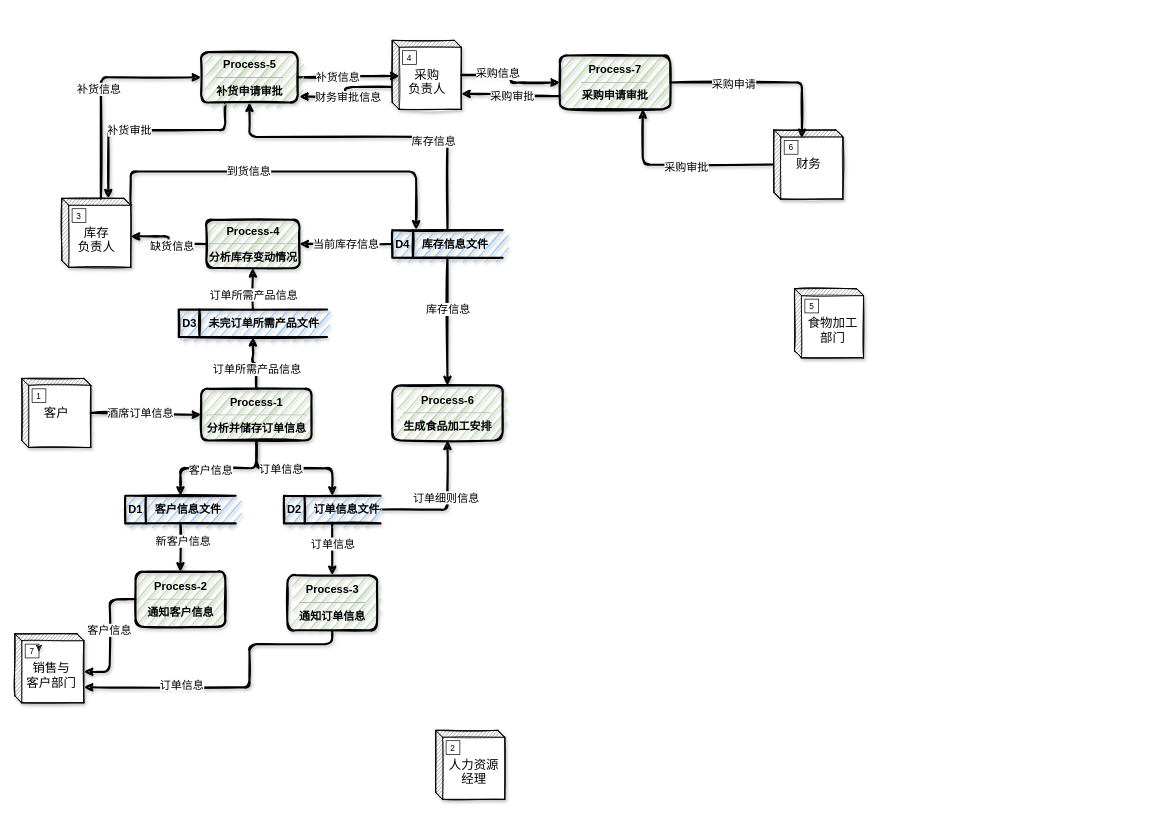
This is DFD/DFD_layer_0.drawio from YuanchenZhu2020/DrawIO, a draw.io file, before an edit. Source tidied: cells renumbered, new cells numbered last; positions are measured from the earlier drawing's top-left corner, leaving out a move shared by most shapes. Both pictures are drawn from the tidied source at 69%, with x=0, y=0 at pixel (14, 40).
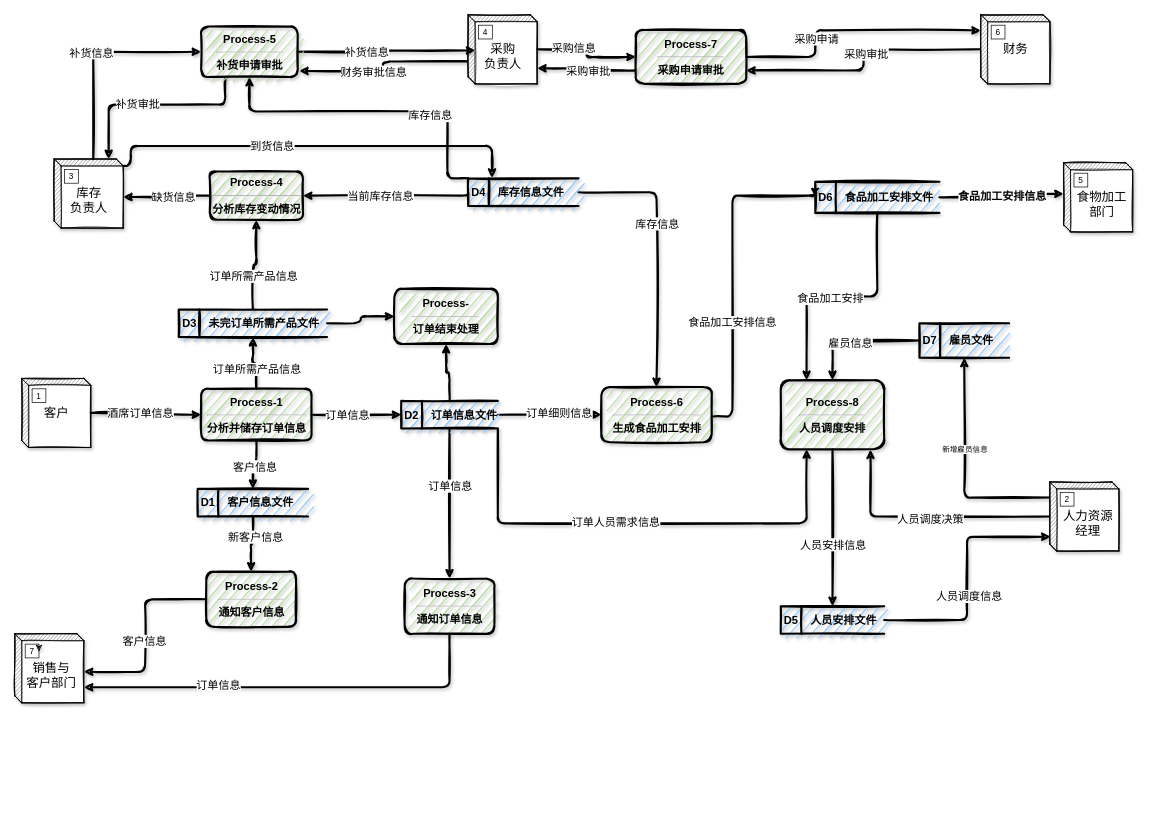
The same page after the edit.

The change refers to these unchanged cells:
```xml
<mxCell id="26" value="&lt;font style=&quot;font-size: 18px&quot;&gt;&lt;br&gt;&amp;nbsp;销售与&lt;br&gt;&amp;nbsp;客户部门&lt;/font&gt;" style="html=1;dashed=0;whitespace=wrap;shape=mxgraph.dfd.externalEntity;shadow=1;sketch=1;fontSize=14;" parent="1" vertex="1">
  <mxGeometry y="860" width="100" height="100" as="geometry" />
</mxCell>
<mxCell id="52" value="&lt;b&gt;&lt;font style=&quot;font-size: 16px&quot;&gt;D3&amp;nbsp; &amp;nbsp; 未完订单所需产品文件&lt;/font&gt;&lt;/b&gt;" style="html=1;dashed=0;whitespace=wrap;shape=mxgraph.dfd.dataStoreID;align=left;spacingLeft=3;points=[[0,0],[0.5,0],[1,0],[0,0.5],[1,0.5],[0,1],[0.5,1],[1,1]];rounded=1;shadow=1;sketch=1;strokeWidth=3;fillColor=#99CCFF;" parent="1" vertex="1">
  <mxGeometry x="237.5" y="390" width="215" height="40" as="geometry" />
</mxCell>
```

Diff of the diagram source:
```diff
@@
     <mxCell id="8" style="edgeStyle=orthogonalEdgeStyle;sketch=1;jettySize=auto;html=1;exitX=0;exitY=0;exitDx=100;exitDy=10;exitPerimeter=0;entryX=0.216;entryY=-0.016;entryDx=0;entryDy=0;entryPerimeter=0;shadow=1;strokeWidth=3;" parent="1" edge="1" source="10" target="62">
       <mxGeometry relative="1" as="geometry">
         <Array as="points">
-          <mxPoint x="168" y="190" />
-          <mxPoint x="582" y="190" />
+          <mxPoint x="168" y="153" />
+          <mxPoint x="692" y="153" />
         </Array>
       </mxGeometry>
     </mxCell>
@@
     <mxCell id="10" value="&lt;font style=&quot;font-size: 18px&quot;&gt;&lt;br&gt;库存&lt;br&gt;负责人&lt;/font&gt;" style="html=1;dashed=0;whitespace=wrap;shape=mxgraph.dfd.externalEntity;sketch=1;shadow=1;" parent="1" vertex="1">
-      <mxGeometry x="68" y="229" width="100" height="100" as="geometry" />
+      <mxGeometry x="57" y="172" width="100" height="100" as="geometry" />
     </mxCell>
@@
     <mxCell id="16" value="&lt;font style=&quot;font-size: 18px&quot;&gt;&lt;br&gt;采购&lt;br&gt;负责人&lt;/font&gt;" style="html=1;dashed=0;whitespace=wrap;shape=mxgraph.dfd.externalEntity;sketch=1;shadow=1;" parent="1" vertex="1">
-      <mxGeometry x="547" width="100" height="100" as="geometry" />
+      <mxGeometry x="657" y="-37" width="100" height="100" as="geometry" />
     </mxCell>
@@
     <mxCell id="18" value="&lt;font style=&quot;font-size: 18px&quot;&gt;&lt;br&gt;&amp;nbsp; 食物加工&lt;br&gt;&amp;nbsp; 部门&lt;/font&gt;" style="html=1;dashed=0;whitespace=wrap;shape=mxgraph.dfd.externalEntity;sketch=1;shadow=1;" parent="1" vertex="1">
-      <mxGeometry x="1130" y="360" width="100" height="100" as="geometry" />
+      <mxGeometry x="1520" y="177.5" width="100" height="100" as="geometry" />
     </mxCell>
@@
-    <mxCell id="20" style="edgeStyle=orthogonalEdgeStyle;sketch=1;jettySize=auto;html=1;entryX=0.75;entryY=1;entryDx=0;entryDy=0;shadow=1;strokeWidth=3;" parent="1" edge="1" source="22" target="73">
+    <mxCell id="20" style="edgeStyle=orthogonalEdgeStyle;sketch=1;jettySize=auto;html=1;entryX=1;entryY=0.75;entryDx=0;entryDy=0;shadow=1;strokeWidth=3;" parent="1" edge="1" source="22" target="73">
       <mxGeometry relative="1" as="geometry" />
     </mxCell>
@@
     <mxCell id="22" value="&lt;font style=&quot;font-size: 18px&quot;&gt;财务&lt;/font&gt;" style="html=1;dashed=0;whitespace=wrap;shape=mxgraph.dfd.externalEntity;fontSize=14;shadow=1;sketch=1;" parent="1" vertex="1">
-      <mxGeometry x="1100" y="130" width="100" height="100" as="geometry" />
+      <mxGeometry x="1400" y="-37" width="100" height="100" as="geometry" />
     </mxCell>
@@
+    <mxCell id="74" style="edgeStyle=orthogonalEdgeStyle;sketch=1;jettySize=auto;html=1;shadow=1;strokeWidth=3;" parent="1" edge="1" source="24">
+      <mxGeometry relative="1" as="geometry">
+        <mxPoint x="1240" y="593" as="targetPoint" />
+        <Array as="points">
+          <mxPoint x="1240" y="690" />
+          <mxPoint x="1240" y="592" />
+        </Array>
+      </mxGeometry>
+    </mxCell>
+    <mxCell id="75" value="&lt;font style=&quot;font-size: 16px&quot;&gt;人员调度决策&lt;/font&gt;" style="edgeLabel;html=1;align=center;verticalAlign=middle;" parent="74" vertex="1">
+      <mxGeometry x="-0.02" y="3" relative="1" as="geometry">
+        <mxPoint x="1" as="offset" />
+      </mxGeometry>
+    </mxCell>
+    <mxCell id="76" style="edgeStyle=orthogonalEdgeStyle;sketch=1;jettySize=auto;html=1;exitX=0;exitY=0;exitDx=0;exitDy=22.5;exitPerimeter=0;entryX=0.5;entryY=1;entryDx=0;entryDy=0;shadow=1;strokeWidth=3;" parent="1" edge="1" source="24" target="98">
+      <mxGeometry relative="1" as="geometry" />
+    </mxCell>
+    <mxCell id="77" value="新增雇员信息" style="edgeLabel;html=1;align=center;verticalAlign=middle;" parent="76" vertex="1">
+      <mxGeometry x="0.19" relative="1" as="geometry" />
+    </mxCell>
     <mxCell id="24" value="&lt;font style=&quot;font-size: 18px&quot;&gt;&lt;br&gt;&amp;nbsp; 人力资源&lt;br&gt;&amp;nbsp; 经理&lt;/font&gt;" style="html=1;dashed=0;whitespace=wrap;shape=mxgraph.dfd.externalEntity;sketch=1;shadow=1;" parent="1" vertex="1">
-      <mxGeometry x="610" y="1000" width="100" height="100" as="geometry" />
+      <mxGeometry x="1500" y="640" width="100" height="100" as="geometry" />
     </mxCell>
@@
-    <mxCell id="38" style="edgeStyle=orthogonalEdgeStyle;sketch=1;jettySize=auto;html=1;entryX=0.5;entryY=1;entryDx=0;entryDy=0;shadow=1;strokeWidth=3;exitX=1;exitY=0.5;exitDx=0;exitDy=0;" parent="1" edge="1" source="40" target="68">
+    <mxCell id="38" style="edgeStyle=orthogonalEdgeStyle;sketch=1;jettySize=auto;html=1;entryX=0;entryY=0.5;entryDx=0;entryDy=0;shadow=1;strokeWidth=3;exitX=1;exitY=0.5;exitDx=0;exitDy=0;" parent="1" edge="1" source="40" target="68">
       <mxGeometry relative="1" as="geometry" />
     </mxCell>
@@
+    <mxCell id="78" style="edgeStyle=orthogonalEdgeStyle;sketch=1;jettySize=auto;html=1;exitX=1;exitY=1;exitDx=0;exitDy=0;entryX=0.25;entryY=1;entryDx=0;entryDy=0;shadow=1;strokeWidth=3;" parent="1" edge="1" source="40" target="86">
+      <mxGeometry relative="1" as="geometry">
+        <Array as="points">
+          <mxPoint x="700" y="700" />
+          <mxPoint x="1148" y="700" />
+        </Array>
+      </mxGeometry>
+    </mxCell>
+    <mxCell id="79" value="&lt;font style=&quot;font-size: 16px&quot;&gt;订单人员需求信息&lt;/font&gt;" style="edgeLabel;html=1;align=center;verticalAlign=middle;" parent="78" vertex="1">
+      <mxGeometry x="-0.11" y="2" relative="1" as="geometry" />
+    </mxCell>
+    <mxCell id="80" style="edgeStyle=orthogonalEdgeStyle;sketch=1;jettySize=auto;html=1;shadow=1;strokeWidth=3;" parent="1" edge="1" source="40" target="87">
+      <mxGeometry relative="1" as="geometry" />
+    </mxCell>
     <mxCell id="40" value="&lt;font size=&quot;1&quot;&gt;&lt;b style=&quot;font-size: 16px&quot;&gt;D2&amp;nbsp; &amp;nbsp; 订单信息文件&lt;/b&gt;&lt;/font&gt;" style="html=1;dashed=0;whitespace=wrap;shape=mxgraph.dfd.dataStoreID;align=left;spacingLeft=3;points=[[0,0],[0.5,0],[1,0],[0,0.5],[1,0.5],[0,1],[0.5,1],[1,1]];rounded=1;shadow=1;sketch=1;strokeWidth=3;fillColor=#99CCFF;" parent="1" vertex="1">
-      <mxGeometry x="390" y="660" width="140" height="40" as="geometry" />
+      <mxGeometry x="560" y="522.5" width="140" height="40" as="geometry" />
     </mxCell>
@@
     <mxCell id="43" value="&lt;b&gt;&lt;font style=&quot;font-size: 16px&quot;&gt;D1&amp;nbsp; &amp;nbsp; 客户信息文件&lt;/font&gt;&lt;/b&gt;" style="html=1;dashed=0;whitespace=wrap;shape=mxgraph.dfd.dataStoreID;align=left;spacingLeft=3;points=[[0,0],[0.5,0],[1,0],[0,0.5],[1,0.5],[0,1],[0.5,1],[1,1]];rounded=1;shadow=1;sketch=1;strokeWidth=3;fillColor=#99CCFF;" parent="1" vertex="1">
-      <mxGeometry x="160" y="660" width="160" height="40" as="geometry" />
+      <mxGeometry x="265" y="650" width="160" height="40" as="geometry" />
     </mxCell>
@@
     <mxCell id="46" value="&lt;b style=&quot;font-size: 16px&quot;&gt;&lt;font style=&quot;font-size: 16px&quot;&gt;Process-2&lt;/font&gt;&lt;/b&gt;&lt;hr style=&quot;font-size: 16px&quot;&gt;&lt;b style=&quot;font-size: 16px&quot;&gt;&lt;font style=&quot;font-size: 16px&quot;&gt;通知客户信息&lt;/font&gt;&lt;/b&gt;" style="html=1;dashed=0;whitespace=wrap;rounded=1;shadow=1;sketch=1;strokeWidth=3;fillColor=#B9E0A5;align=center;" parent="1" vertex="1">
-      <mxGeometry x="175" y="770" width="130" height="80" as="geometry" />
+      <mxGeometry x="277.5" y="770" width="130" height="80" as="geometry" />
     </mxCell>
-    <mxCell id="47" style="edgeStyle=orthogonalEdgeStyle;sketch=1;jettySize=auto;html=1;entryX=0;entryY=0;entryDx=100;entryDy=77.5;entryPerimeter=0;shadow=1;strokeWidth=3;" parent="1" edge="1" source="49" target="26">
+    <mxCell id="47" style="edgeStyle=orthogonalEdgeStyle;sketch=1;jettySize=auto;html=1;entryX=0;entryY=0;entryDx=100;entryDy=77.5;entryPerimeter=0;shadow=1;strokeWidth=3;exitX=0.5;exitY=1;exitDx=0;exitDy=0;" parent="1" edge="1" source="49" target="26">
       <mxGeometry relative="1" as="geometry">
         <Array as="points">
-          <mxPoint x="460" y="875" />
-          <mxPoint x="340" y="875" />
-          <mxPoint x="340" y="938" />
+          <mxPoint x="630" y="938" />
         </Array>
       </mxGeometry>
     </mxCell>
@@
     <mxCell id="49" value="&lt;div style=&quot;font-size: 16px&quot;&gt;&lt;b&gt;&lt;font style=&quot;font-size: 16px&quot;&gt;Process-3&lt;/font&gt;&lt;/b&gt;&lt;/div&gt;&lt;hr style=&quot;font-size: 16px&quot;&gt;&lt;b style=&quot;font-size: 16px&quot;&gt;&lt;font style=&quot;font-size: 16px&quot;&gt;通知订单信息&lt;/font&gt;&lt;/b&gt;" style="html=1;dashed=0;whitespace=wrap;rounded=1;shadow=1;sketch=1;strokeWidth=3;fillColor=#B9E0A5;align=center;" parent="1" vertex="1">
-      <mxGeometry x="395" y="775" width="130" height="80" as="geometry" />
+      <mxGeometry x="565" y="780" width="130" height="80" as="geometry" />
     </mxCell>
@@
+    <mxCell id="81" style="edgeStyle=orthogonalEdgeStyle;sketch=1;jettySize=auto;html=1;entryX=0;entryY=0.5;entryDx=0;entryDy=0;shadow=1;strokeWidth=3;" parent="1" edge="1" source="52" target="87">
+      <mxGeometry relative="1" as="geometry" />
+    </mxCell>
@@
-    <mxCell id="53" style="edgeStyle=orthogonalEdgeStyle;sketch=1;jettySize=auto;html=1;entryX=0;entryY=0;entryDx=100;entryDy=55;entryPerimeter=0;shadow=1;strokeWidth=3;" parent="1" edge="1" source="55" target="10">
+    <mxCell id="53" style="edgeStyle=orthogonalEdgeStyle;sketch=1;jettySize=auto;html=1;entryX=0;entryY=0;entryDx=100;entryDy=55;entryPerimeter=0;shadow=1;strokeWidth=3;exitX=0;exitY=0.5;exitDx=0;exitDy=0;" parent="1" edge="1" source="55" target="10">
       <mxGeometry relative="1" as="geometry" />
     </mxCell>
@@
     <mxCell id="55" value="&lt;b style=&quot;font-size: 16px&quot;&gt;&lt;font style=&quot;font-size: 16px&quot;&gt;Process-4&lt;/font&gt;&lt;/b&gt;&lt;hr style=&quot;font-size: 16px&quot;&gt;&lt;b style=&quot;font-size: 16px&quot;&gt;&lt;font style=&quot;font-size: 16px&quot;&gt;分析库存变动情况&lt;/font&gt;&lt;/b&gt;" style="html=1;dashed=0;whitespace=wrap;rounded=1;shadow=1;sketch=1;strokeWidth=3;fillColor=#B9E0A5;align=center;" parent="1" vertex="1">
-      <mxGeometry x="277.5" y="260" width="135" height="70" as="geometry" />
+      <mxGeometry x="282.5" y="190" width="135" height="70" as="geometry" />
     </mxCell>
     <mxCell id="56" style="edgeStyle=orthogonalEdgeStyle;sketch=1;jettySize=auto;html=1;entryX=1;entryY=0.5;entryDx=0;entryDy=0;shadow=1;strokeWidth=3;exitX=0;exitY=0.5;exitDx=0;exitDy=0;" parent="1" edge="1" source="62" target="55">
       <mxGeometry relative="1" as="geometry">
         <Array as="points">
-          <mxPoint x="490" y="295" />
-          <mxPoint x="490" y="295" />
+          <mxPoint x="657" y="225" />
         </Array>
       </mxGeometry>
     </mxCell>
@@
-    <mxCell id="60" style="edgeStyle=orthogonalEdgeStyle;sketch=1;jettySize=auto;html=1;entryX=0.5;entryY=1;entryDx=0;entryDy=0;shadow=1;strokeWidth=3;" parent="1" edge="1" source="62" target="67">
+    <mxCell id="60" style="edgeStyle=orthogonalEdgeStyle;sketch=1;jettySize=auto;html=1;entryX=0.5;entryY=1;entryDx=0;entryDy=0;shadow=1;strokeWidth=3;exitX=0;exitY=0;exitDx=0;exitDy=0;" parent="1" edge="1" source="62" target="67">
       <mxGeometry relative="1" as="geometry">
         <Array as="points">
-          <mxPoint x="627" y="140" />
-          <mxPoint x="340" y="140" />
+          <mxPoint x="627" y="200" />
+          <mxPoint x="627" y="103" />
+          <mxPoint x="340" y="103" />
         </Array>
       </mxGeometry>
     </mxCell>
@@
     <mxCell id="62" value="&lt;b&gt;&lt;font style=&quot;font-size: 16px&quot;&gt;D4&amp;nbsp; &amp;nbsp; 库存信息文件&lt;/font&gt;&lt;/b&gt;" style="html=1;dashed=0;whitespace=wrap;shape=mxgraph.dfd.dataStoreID;align=left;spacingLeft=3;points=[[0,0],[0.5,0],[1,0],[0,0.5],[1,0.5],[0,1],[0.5,1],[1,1]];rounded=1;shadow=1;sketch=1;strokeWidth=3;fillColor=#99CCFF;" parent="1" vertex="1">
-      <mxGeometry x="547" y="275" width="160" height="40" as="geometry" />
+      <mxGeometry x="657" y="200" width="160" height="40" as="geometry" />
     </mxCell>
@@
-    <mxCell id="65" style="edgeStyle=orthogonalEdgeStyle;sketch=1;jettySize=auto;html=1;exitX=0.25;exitY=1;exitDx=0;exitDy=0;entryX=0;entryY=0;entryDx=67.5;entryDy=0;entryPerimeter=0;shadow=1;strokeWidth=3;" parent="1" edge="1" source="67" target="10">
+    <mxCell id="65" style="edgeStyle=orthogonalEdgeStyle;sketch=1;jettySize=auto;html=1;exitX=0.25;exitY=1;exitDx=0;exitDy=0;shadow=1;strokeWidth=3;" parent="1" edge="1" source="67">
       <mxGeometry relative="1" as="geometry">
+        <mxPoint x="136" y="172" as="targetPoint" />
         <Array as="points">
-          <mxPoint x="305" y="130" />
-          <mxPoint x="136" y="130" />
+          <mxPoint x="305" y="93" />
+          <mxPoint x="136" y="93" />
         </Array>
       </mxGeometry>
     </mxCell>
@@
     <mxCell id="67" value="&lt;font style=&quot;font-size: 16px&quot;&gt;&lt;b&gt;Process-5&lt;/b&gt;&lt;/font&gt;&lt;hr style=&quot;font-size: 16px&quot;&gt;&lt;font style=&quot;font-size: 16px&quot;&gt;&lt;b&gt;补货申请审批&lt;/b&gt;&lt;/font&gt;" style="html=1;dashed=0;whitespace=wrap;rounded=1;shadow=1;sketch=1;strokeWidth=3;align=center;fillColor=#B9E0A5;" parent="1" vertex="1">
-      <mxGeometry x="270" y="17" width="140" height="73" as="geometry" />
+      <mxGeometry x="270" y="-20" width="140" height="73" as="geometry" />
     </mxCell>
+    <mxCell id="82" style="edgeStyle=orthogonalEdgeStyle;sketch=1;jettySize=auto;html=1;shadow=1;strokeWidth=3;entryX=0;entryY=0.5;entryDx=0;entryDy=0;" parent="1" edge="1" source="68" target="95">
+      <mxGeometry relative="1" as="geometry">
+        <Array as="points">
+          <mxPoint x="1040" y="545" />
+          <mxPoint x="1040" y="225" />
+          <mxPoint x="1160" y="225" />
+        </Array>
+      </mxGeometry>
+    </mxCell>
+    <mxCell id="83" value="&lt;font style=&quot;font-size: 16px&quot;&gt;食品加工安排信息&lt;/font&gt;" style="edgeLabel;html=1;align=center;verticalAlign=middle;" parent="82" vertex="1">
+      <mxGeometry x="-0.29" y="1" relative="1" as="geometry">
+        <mxPoint y="1" as="offset" />
+      </mxGeometry>
+    </mxCell>
     <mxCell id="68" value="&lt;b style=&quot;font-size: 16px&quot;&gt;&lt;font style=&quot;font-size: 16px&quot;&gt;Process-6&lt;/font&gt;&lt;/b&gt;&lt;hr style=&quot;font-size: 16px&quot;&gt;&lt;b style=&quot;font-size: 16px&quot;&gt;&lt;font style=&quot;font-size: 16px&quot;&gt;生成食品加工安排&lt;/font&gt;&lt;/b&gt;" style="html=1;dashed=0;whitespace=wrap;rounded=1;shadow=1;sketch=1;strokeWidth=3;fillColor=#B9E0A5;align=center;" parent="1" vertex="1">
-      <mxGeometry x="547" y="500" width="160" height="80" as="geometry" />
+      <mxGeometry x="850" y="502.5" width="160" height="80" as="geometry" />
     </mxCell>
-    <mxCell id="69" style="edgeStyle=orthogonalEdgeStyle;sketch=1;jettySize=auto;html=1;entryX=0.406;entryY=0.116;entryDx=0;entryDy=0;entryPerimeter=0;shadow=1;strokeWidth=3;" parent="1" edge="1" source="73" target="22">
-      <mxGeometry relative="1" as="geometry" />
+    <mxCell id="69" style="edgeStyle=orthogonalEdgeStyle;sketch=1;jettySize=auto;html=1;entryX=0;entryY=0;entryDx=0;entryDy=22.5;entryPerimeter=0;shadow=1;strokeWidth=3;" parent="1" edge="1" source="73" target="22">
+      <mxGeometry relative="1" as="geometry">
+        <Array as="points">
+          <mxPoint x="1160" y="24" />
+          <mxPoint x="1160" y="-14" />
+        </Array>
+      </mxGeometry>
     </mxCell>
@@
     <mxCell id="73" value="&lt;font style=&quot;font-size: 16px&quot;&gt;&lt;b&gt;Process-7&lt;/b&gt;&lt;/font&gt;&lt;hr style=&quot;font-size: 16px&quot;&gt;&lt;font style=&quot;font-size: 16px&quot;&gt;&lt;b&gt;采购申请审批&lt;/b&gt;&lt;/font&gt;" style="rounded=1;whiteSpace=wrap;html=1;shadow=1;dashed=0;sketch=1;strokeWidth=3;fillColor=#B9E0A5;" parent="1" vertex="1">
-      <mxGeometry x="790" y="22" width="160" height="78" as="geometry" />
+      <mxGeometry x="900" y="-15" width="160" height="78" as="geometry" />
     </mxCell>
+    <mxCell id="84" style="edgeStyle=orthogonalEdgeStyle;sketch=1;jettySize=auto;html=1;entryX=0.5;entryY=0;entryDx=0;entryDy=0;shadow=1;strokeWidth=3;" parent="1" edge="1" source="86" target="90">
+      <mxGeometry relative="1" as="geometry" />
+    </mxCell>
+    <mxCell id="85" value="&lt;font style=&quot;font-size: 16px&quot;&gt;人员安排信息&lt;/font&gt;" style="edgeLabel;html=1;align=center;verticalAlign=middle;" parent="84" vertex="1">
+      <mxGeometry x="-0.27" relative="1" as="geometry">
+        <mxPoint y="54.6" as="offset" />
+      </mxGeometry>
+    </mxCell>
+    <mxCell id="86" value="&lt;b style=&quot;font-size: 16px&quot;&gt;&lt;font style=&quot;font-size: 16px&quot;&gt;Process-8&lt;/font&gt;&lt;/b&gt;&lt;hr style=&quot;font-size: 16px&quot;&gt;&lt;b style=&quot;font-size: 16px&quot;&gt;&lt;font style=&quot;font-size: 16px&quot;&gt;人员调度安排&lt;/font&gt;&lt;/b&gt;" style="rounded=1;whiteSpace=wrap;html=1;shadow=1;dashed=0;sketch=1;strokeWidth=3;fillColor=#B9E0A5;" parent="1" vertex="1">
+      <mxGeometry x="1110" y="492.5" width="150" height="100" as="geometry" />
+    </mxCell>
+    <mxCell id="87" value="&lt;b style=&quot;font-size: 16px&quot;&gt;&lt;font style=&quot;font-size: 16px&quot;&gt;Process-&lt;br&gt;&lt;/font&gt;&lt;/b&gt;&lt;hr style=&quot;font-size: 16px&quot;&gt;&lt;b style=&quot;font-size: 16px&quot;&gt;&lt;font style=&quot;font-size: 16px&quot;&gt;订单结束处理&lt;/font&gt;&lt;/b&gt;" style="rounded=1;whiteSpace=wrap;html=1;shadow=1;dashed=0;sketch=1;strokeWidth=3;fillColor=#B9E0A5;" parent="1" vertex="1">
+      <mxGeometry x="550" y="360" width="150" height="80" as="geometry" />
+    </mxCell>
+    <mxCell id="88" style="edgeStyle=orthogonalEdgeStyle;sketch=1;jettySize=auto;html=1;entryX=0.01;entryY=0.794;entryDx=0;entryDy=0;entryPerimeter=0;shadow=1;strokeWidth=3;" parent="1" edge="1" source="90" target="24">
+      <mxGeometry relative="1" as="geometry" />
+    </mxCell>
+    <mxCell id="89" value="&lt;font style=&quot;font-size: 16px&quot;&gt;人员调度信息&lt;/font&gt;" style="edgeLabel;html=1;align=center;verticalAlign=middle;" parent="88" vertex="1">
+      <mxGeometry x="-0.14" y="-2" relative="1" as="geometry" />
+    </mxCell>
+    <mxCell id="90" value="&lt;b&gt;&lt;font style=&quot;font-size: 16px&quot;&gt;D5&amp;nbsp; &amp;nbsp; 人员安排文件&lt;/font&gt;&lt;/b&gt;" style="html=1;dashed=0;whitespace=wrap;shape=mxgraph.dfd.dataStoreID;align=left;spacingLeft=3;points=[[0,0],[0.5,0],[1,0],[0,0.5],[1,0.5],[0,1],[0.5,1],[1,1]];rounded=1;shadow=1;sketch=1;strokeWidth=3;fillColor=#99CCFF;" parent="1" vertex="1">
+      <mxGeometry x="1110" y="820" width="150" height="40" as="geometry" />
+    </mxCell>
+    <mxCell id="91" style="edgeStyle=orthogonalEdgeStyle;sketch=1;jettySize=auto;html=1;entryX=0;entryY=0;entryDx=0;entryDy=45;entryPerimeter=0;shadow=1;strokeWidth=3;" parent="1" edge="1" source="95" target="18">
+      <mxGeometry relative="1" as="geometry" />
+    </mxCell>
+    <mxCell id="92" value="&lt;b&gt;&lt;font style=&quot;font-size: 16px&quot;&gt;食品加工安排信息&lt;/font&gt;&lt;/b&gt;" style="edgeLabel;html=1;align=center;verticalAlign=middle;" parent="91" vertex="1">
+      <mxGeometry x="0.19" y="2" relative="1" as="geometry">
+        <mxPoint x="-15" y="4.6" as="offset" />
+      </mxGeometry>
+    </mxCell>
+    <mxCell id="93" style="edgeStyle=orthogonalEdgeStyle;sketch=1;jettySize=auto;html=1;entryX=0.25;entryY=0;entryDx=0;entryDy=0;shadow=1;strokeWidth=3;" parent="1" edge="1" source="95" target="86">
+      <mxGeometry relative="1" as="geometry" />
+    </mxCell>
+    <mxCell id="94" value="&lt;font style=&quot;font-size: 16px&quot;&gt;食品加工安排&lt;/font&gt;" style="edgeLabel;html=1;align=center;verticalAlign=middle;" parent="93" vertex="1">
+      <mxGeometry x="0.1" y="2" relative="1" as="geometry" />
+    </mxCell>
+    <mxCell id="95" value="&lt;b&gt;&lt;font style=&quot;font-size: 16px&quot;&gt;D6&amp;nbsp; &amp;nbsp; 食品加工安排文件&lt;/font&gt;&lt;/b&gt;" style="html=1;dashed=0;whitespace=wrap;shape=mxgraph.dfd.dataStoreID;align=left;spacingLeft=3;points=[[0,0],[0.5,0],[1,0],[0,0.5],[1,0.5],[0,1],[0.5,1],[1,1]];rounded=1;shadow=1;sketch=1;strokeWidth=3;fillColor=#99CCFF;" parent="1" vertex="1">
+      <mxGeometry x="1160" y="205" width="180" height="45" as="geometry" />
+    </mxCell>
+    <mxCell id="96" style="edgeStyle=orthogonalEdgeStyle;sketch=1;jettySize=auto;html=1;entryX=0.5;entryY=0;entryDx=0;entryDy=0;shadow=1;strokeWidth=3;" parent="1" edge="1" source="98" target="86">
+      <mxGeometry relative="1" as="geometry" />
+    </mxCell>
+    <mxCell id="97" value="&lt;font style=&quot;font-size: 16px&quot;&gt;雇员信息&lt;/font&gt;" style="edgeLabel;html=1;align=center;verticalAlign=middle;" parent="96" vertex="1">
+      <mxGeometry x="0.1" y="3" relative="1" as="geometry" />
+    </mxCell>
+    <mxCell id="98" value="&lt;b&gt;&lt;font style=&quot;font-size: 16px&quot;&gt;D7&amp;nbsp; &amp;nbsp; 雇员文件&lt;/font&gt;&lt;/b&gt;" style="html=1;dashed=0;whitespace=wrap;shape=mxgraph.dfd.dataStoreID;align=left;spacingLeft=3;points=[[0,0],[0.5,0],[1,0],[0,0.5],[1,0.5],[0,1],[0.5,1],[1,1]];rounded=1;shadow=1;sketch=1;strokeWidth=3;fillColor=#99CCFF;" parent="1" vertex="1">
+      <mxGeometry x="1311" y="410" width="130" height="50" as="geometry" />
+    </mxCell>
```
